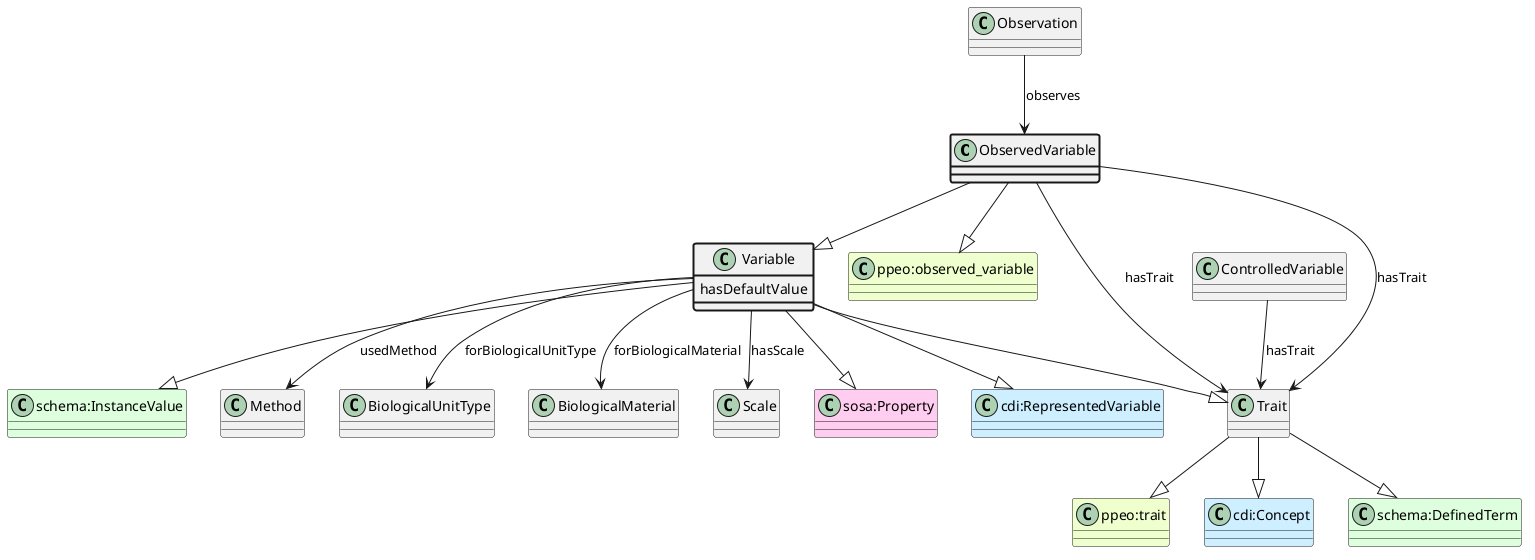
aus-plant-phenomics-network/appn-schema keeps this PlantUML diagram as ttl_uml/ttl_appn_ObservedVariable.png. Above is the earlier version.
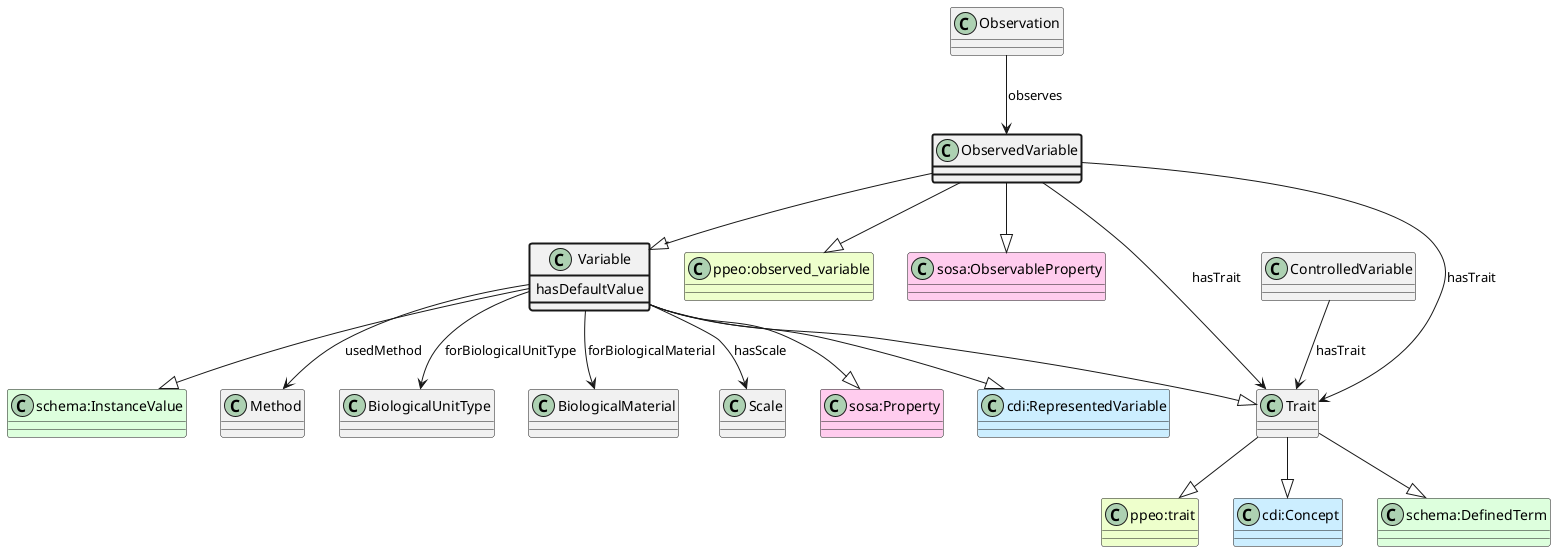
Above is the later version.

The edit, as a diff of the source:
```diff
@@ -2,6 +2,8 @@
 class ObservedVariable  #line.bold
 class "ppeo:observed_variable" #EEFFCC
 ObservedVariable --|> "ppeo:observed_variable"
+class "sosa:ObservableProperty" #FFCCEE
+ObservedVariable --|> "sosa:ObservableProperty"
 class Variable
 class Trait
 class "ppeo:trait" #EEFFCC
```
